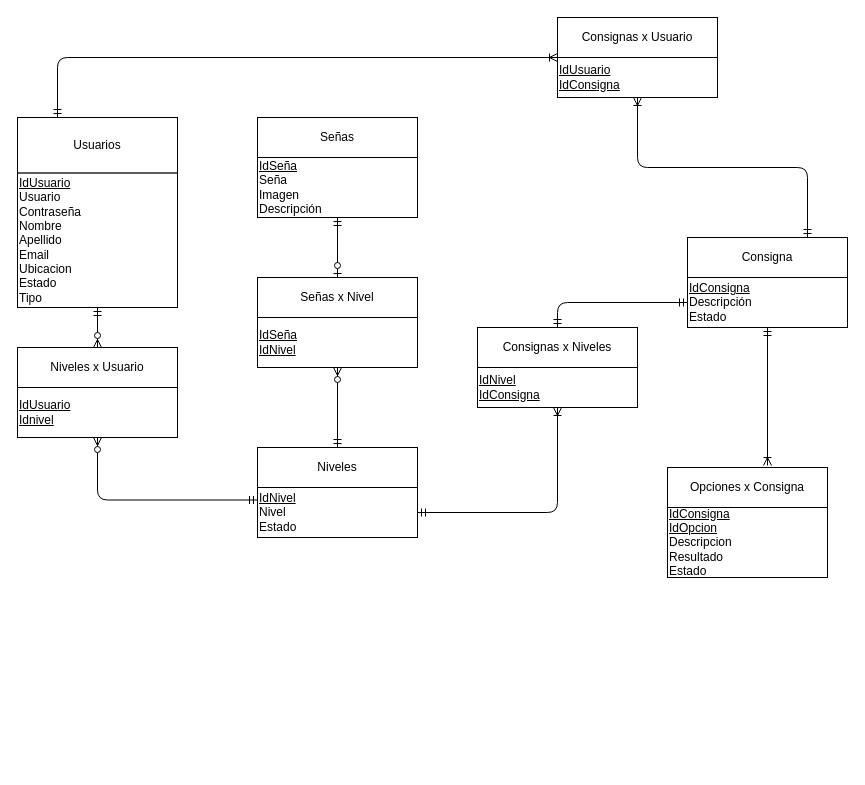
Above: Documentación/DER.drawio in AxelNegro/PA2_Grupo1 (draw.io), before the change. Source tidied: cells renumbered, new cells numbered last; positions are measured from the earlier drawing's top-left corner, leaving out a move shared by most shapes. Both pictures are drawn from the tidied source at 100%, with x=0, y=0 at pixel (17, 17).
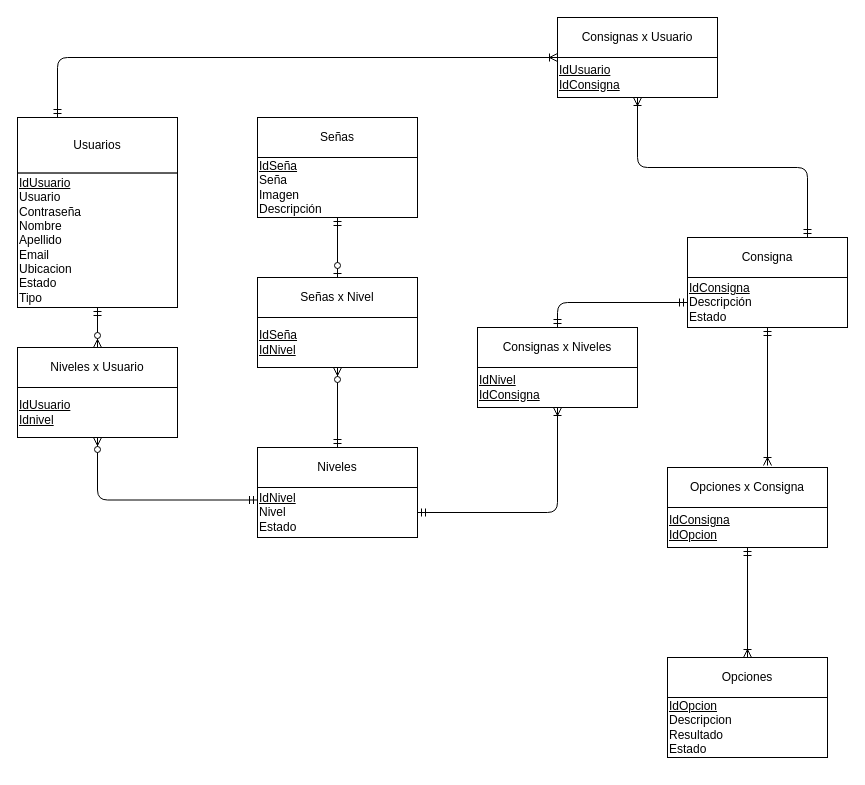
Above is the later version.

Commit message (it also covers changes not shown here):
Actualizada documentación

Unchanged cells that the change refers to:
```xml
<mxCell id="5" style="group;" parent="1" vertex="1">
  <mxGeometry x="650" y="450" width="160" height="110" as="geometry" />
</mxCell>
```

What changed in the source:
```diff
@@
-    <mxCell id="6" value="&lt;div&gt;&lt;u&gt;IdConsigna&lt;/u&gt;&lt;/div&gt;&lt;div&gt;&lt;u&gt;IdOpcion&lt;/u&gt;&lt;/div&gt;&lt;div&gt;Descripcion&lt;/div&gt;&lt;div&gt;Resultado&lt;/div&gt;&lt;div&gt;Estado&lt;br&gt;&lt;/div&gt;" style="rounded=0;whiteSpace=wrap;html=1;align=left;" parent="5" vertex="1">
-      <mxGeometry y="40" width="160" height="70" as="geometry" />
+    <mxCell id="6" value="&lt;div&gt;&lt;u&gt;IdConsigna&lt;/u&gt;&lt;/div&gt;&lt;div&gt;&lt;u&gt;IdOpcion&lt;/u&gt;&lt;/div&gt;" style="rounded=0;whiteSpace=wrap;html=1;align=left;" parent="5" vertex="1">
+      <mxGeometry y="40" width="160" height="40" as="geometry" />
     </mxCell>
@@
+    <mxCell id="37" style="group;" parent="1" vertex="1">
+      <mxGeometry x="650" y="640" width="160" height="110" as="geometry" />
+    </mxCell>
+    <mxCell id="38" value="&lt;div&gt;&lt;u&gt;IdOpcion&lt;/u&gt;&lt;/div&gt;&lt;div&gt;Descripcion&lt;/div&gt;&lt;div&gt;Resultado&lt;/div&gt;&lt;div&gt;Estado&lt;br&gt;&lt;/div&gt;" style="rounded=0;whiteSpace=wrap;html=1;align=left;" parent="37" vertex="1">
+      <mxGeometry y="40" width="160" height="60" as="geometry" />
+    </mxCell>
+    <mxCell id="39" value="Opciones" style="rounded=0;whiteSpace=wrap;html=1;" parent="37" vertex="1">
+      <mxGeometry width="160" height="40" as="geometry" />
+    </mxCell>
+    <mxCell id="40" style="edgeStyle=orthogonalEdgeStyle;rounded=0;jettySize=auto;html=1;exitX=0.5;exitY=1;exitDx=0;exitDy=0;entryX=0.5;entryY=0;entryDx=0;entryDy=0;startArrow=ERmandOne;startFill=0;endArrow=ERoneToMany;endFill=0;" parent="1" edge="1" source="6" target="39">
+      <mxGeometry relative="1" as="geometry" />
+    </mxCell>
```
